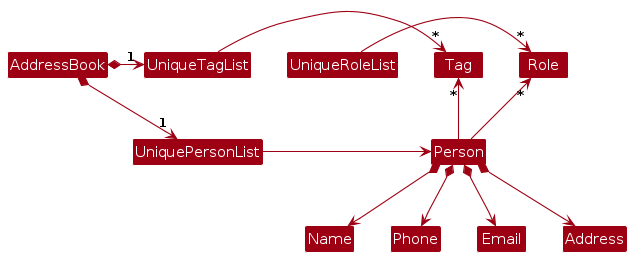
Earlier version of the PlantUML export diagrams/BetterModelClassDiagram.png (AY2526S1-CS2103T-F15b-3/tp). Its source is kept beside it as diagrams/BetterModelClassDiagram.puml. Source of this version:
```plantuml
@startuml
!include style.puml
skinparam arrowThickness 1.1
skinparam arrowColor MODEL_COLOR
skinparam classBackgroundColor MODEL_COLOR

AddressBook *-right-> "1" UniquePersonList
AddressBook *-right-> "1" UniqueTagList
UniqueTagList -[hidden]down- UniquePersonList
UniqueTagList -[hidden]down- UniquePersonList

UniqueTagList -right-> "*" Tag
UniquePersonList -right-> Person

Person -up-> "*" Tag

Person *--> Name
Person *--> Phone
Person *--> Email
Person *--> Address

UniqueRoleList -right-> "*" Role
UniqueRoleList -[hidden]down- UniquePersonList
Person -up-> "*" Role

@enduml
```
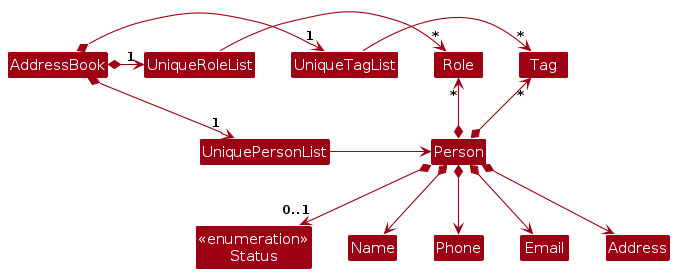
Above is the later version.

Diff of the diagram source:
```diff
@@ -4,23 +4,26 @@
 skinparam arrowColor MODEL_COLOR
 skinparam classBackgroundColor MODEL_COLOR
 
+Class "<<enumeration>>\nStatus" as Status
+
 AddressBook *-right-> "1" UniquePersonList
 AddressBook *-right-> "1" UniqueTagList
-UniqueTagList -[hidden]down- UniquePersonList
+AddressBook *-right-> "1" UniqueRoleList
 UniqueTagList -[hidden]down- UniquePersonList
 
 UniqueTagList -right-> "*" Tag
 UniquePersonList -right-> Person
 
-Person -up-> "*" Tag
+Person *-up-> "*" Tag
 
 Person *--> Name
 Person *--> Phone
 Person *--> Email
 Person *--> Address
+Person *--> "0..1" Status
 
 UniqueRoleList -right-> "*" Role
 UniqueRoleList -[hidden]down- UniquePersonList
-Person -up-> "*" Role
+Person *-up-> "*" Role
 
 @enduml
```
